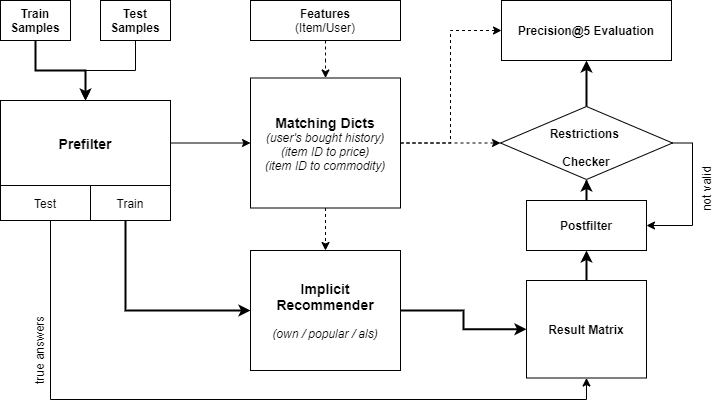
Earlier version of the draw.io export Final_prj/figures/dataflow.png (Nickel-nc/GU_Rec_Systems). Source tidied: cells renumbered, new cells last; positions are measured from the earlier drawing's top-left corner, leaving out a move shared by most shapes. Its diagram source:
```xml
<mxGraphModel>
  <root>
    <mxCell id="0" />
    <mxCell id="1" parent="0" />
    <mxCell id="2" style="edgeStyle=orthogonalEdgeStyle;rounded=0;jettySize=auto;html=1;strokeWidth=2;" parent="1" edge="1" source="3" target="5">
      <mxGeometry relative="1" as="geometry" />
    </mxCell>
    <mxCell id="3" value="&lt;b&gt;Train Samples&lt;/b&gt;" style="rounded=0;whiteSpace=wrap;html=1;" parent="1" vertex="1">
      <mxGeometry x="30" width="70" height="40" as="geometry" />
    </mxCell>
    <mxCell id="4" style="edgeStyle=orthogonalEdgeStyle;rounded=0;jettySize=auto;html=1;entryX=0;entryY=0.5;entryDx=0;entryDy=0;fontSize=24;strokeWidth=1;" parent="1" edge="1" source="5" target="21">
      <mxGeometry relative="1" as="geometry" />
    </mxCell>
    <mxCell id="5" value="&lt;b&gt;&lt;font style=&quot;font-size: 14px&quot;&gt;Prefilter&lt;/font&gt;&lt;/b&gt;" style="rounded=0;whiteSpace=wrap;html=1;" parent="1" vertex="1">
      <mxGeometry x="30" y="100" width="170" height="85" as="geometry" />
    </mxCell>
    <mxCell id="6" style="edgeStyle=orthogonalEdgeStyle;rounded=0;jettySize=auto;html=1;entryX=0.5;entryY=0;entryDx=0;entryDy=0;" parent="1" edge="1" source="7" target="5">
      <mxGeometry relative="1" as="geometry" />
    </mxCell>
    <mxCell id="7" value="&lt;b&gt;Test Samples&lt;/b&gt;" style="rounded=0;whiteSpace=wrap;html=1;" parent="1" vertex="1">
      <mxGeometry x="130" width="70" height="40" as="geometry" />
    </mxCell>
    <mxCell id="8" style="edgeStyle=orthogonalEdgeStyle;rounded=0;jettySize=auto;html=1;entryX=0.5;entryY=0;entryDx=0;entryDy=0;fontSize=24;dashed=1;" parent="1" edge="1" source="9" target="21">
      <mxGeometry relative="1" as="geometry" />
    </mxCell>
    <mxCell id="9" value="&lt;b&gt;Features&lt;/b&gt;&lt;br&gt;(Item/User)" style="rounded=0;whiteSpace=wrap;html=1;" parent="1" vertex="1">
      <mxGeometry x="280" width="150" height="40" as="geometry" />
    </mxCell>
    <mxCell id="10" style="edgeStyle=orthogonalEdgeStyle;rounded=0;jettySize=auto;html=1;entryX=0;entryY=0.5;entryDx=0;entryDy=0;strokeWidth=2;fontSize=24;" parent="1" edge="1" source="11" target="13">
      <mxGeometry relative="1" as="geometry">
        <Array as="points">
          <mxPoint x="155" y="310" />
        </Array>
      </mxGeometry>
    </mxCell>
    <mxCell id="11" value="Train" style="rounded=0;whiteSpace=wrap;html=1;" parent="1" vertex="1">
      <mxGeometry x="120" y="185" width="80" height="35" as="geometry" />
    </mxCell>
    <mxCell id="12" style="edgeStyle=orthogonalEdgeStyle;rounded=0;jettySize=auto;html=1;entryX=0;entryY=0.5;entryDx=0;entryDy=0;strokeWidth=2;fontSize=24;" parent="1" edge="1" source="13" target="17">
      <mxGeometry relative="1" as="geometry" />
    </mxCell>
    <mxCell id="13" value="&lt;b&gt;&lt;font style=&quot;font-size: 14px&quot;&gt;Implicit Recommender&lt;/font&gt;&lt;/b&gt;&lt;br&gt;&lt;br&gt;&lt;i&gt;(own / popular / als)&lt;/i&gt;" style="rounded=0;whiteSpace=wrap;html=1;" parent="1" vertex="1">
      <mxGeometry x="280" y="250" width="150" height="120" as="geometry" />
    </mxCell>
    <mxCell id="14" style="edgeStyle=orthogonalEdgeStyle;rounded=0;jettySize=auto;html=1;entryX=0.5;entryY=1;entryDx=0;entryDy=0;strokeWidth=1;fontSize=24;" parent="1" edge="1" source="15" target="17">
      <mxGeometry relative="1" as="geometry">
        <Array as="points">
          <mxPoint x="80" y="399" />
        </Array>
      </mxGeometry>
    </mxCell>
    <mxCell id="15" value="Test" style="rounded=0;whiteSpace=wrap;html=1;" parent="1" vertex="1">
      <mxGeometry x="30" y="185" width="90" height="35" as="geometry" />
    </mxCell>
    <mxCell id="16" style="edgeStyle=orthogonalEdgeStyle;rounded=0;jettySize=auto;html=1;strokeWidth=2;fontSize=24;" parent="1" edge="1" source="17" target="23">
      <mxGeometry relative="1" as="geometry" />
    </mxCell>
    <mxCell id="17" value="&lt;b&gt;Result Matrix&lt;/b&gt;" style="rounded=0;whiteSpace=wrap;html=1;" parent="1" vertex="1">
      <mxGeometry x="556" y="280" width="120" height="97.5" as="geometry" />
    </mxCell>
    <mxCell id="18" value="&lt;b&gt;Precision@5 Evaluation&lt;/b&gt;" style="rounded=0;whiteSpace=wrap;html=1;" parent="1" vertex="1">
      <mxGeometry x="531" width="170" height="60" as="geometry" />
    </mxCell>
    <mxCell id="19" style="edgeStyle=orthogonalEdgeStyle;rounded=0;jettySize=auto;html=1;entryX=0.5;entryY=0;entryDx=0;entryDy=0;fontSize=24;dashed=1;" parent="1" edge="1" source="21" target="13">
      <mxGeometry relative="1" as="geometry" />
    </mxCell>
    <mxCell id="20" style="edgeStyle=orthogonalEdgeStyle;rounded=0;jettySize=auto;html=1;entryX=0;entryY=0.5;entryDx=0;entryDy=0;strokeWidth=1;fontSize=24;dashed=1;" parent="1" edge="1" source="21" target="18">
      <mxGeometry relative="1" as="geometry">
        <Array as="points">
          <mxPoint x="480" y="143" />
          <mxPoint x="480" y="30" />
        </Array>
      </mxGeometry>
    </mxCell>
    <mxCell id="21" value="&lt;b&gt;&lt;font style=&quot;font-size: 14px&quot;&gt;Matching Dicts&lt;/font&gt;&lt;/b&gt;&lt;br&gt;&lt;i&gt;(user's bought history)&lt;br&gt;(item ID to price)&lt;br&gt;(item ID to commodity)&lt;/i&gt;" style="rounded=0;whiteSpace=wrap;html=1;" parent="1" vertex="1">
      <mxGeometry x="280" y="77.5" width="150" height="130" as="geometry" />
    </mxCell>
    <mxCell id="22" style="edgeStyle=orthogonalEdgeStyle;rounded=0;jettySize=auto;html=1;entryX=0.5;entryY=1;entryDx=0;entryDy=0;strokeWidth=2;fontSize=24;" parent="1" edge="1" source="23" target="27">
      <mxGeometry relative="1" as="geometry" />
    </mxCell>
    <mxCell id="23" value="&lt;b&gt;Postfilter&lt;/b&gt;" style="rounded=0;whiteSpace=wrap;html=1;" parent="1" vertex="1">
      <mxGeometry x="556" y="200" width="120" height="50" as="geometry" />
    </mxCell>
    <mxCell id="24" value="&lt;font style=&quot;font-size: 12px&quot;&gt;true answers&lt;/font&gt;" style="text;html=1;strokeColor=none;fillColor=none;align=center;verticalAlign=middle;whiteSpace=wrap;rounded=0;fontSize=24;perimeterSpacing=0;rotation=-90;" parent="1" vertex="1">
      <mxGeometry y="340" width="130" height="20" as="geometry" />
    </mxCell>
    <mxCell id="25" style="edgeStyle=orthogonalEdgeStyle;rounded=0;jettySize=auto;html=1;strokeWidth=2;fontSize=24;entryX=0.5;entryY=1;entryDx=0;entryDy=0;" parent="1" edge="1" source="27" target="18">
      <mxGeometry relative="1" as="geometry" />
    </mxCell>
    <mxCell id="26" style="edgeStyle=orthogonalEdgeStyle;rounded=0;jettySize=auto;html=1;entryX=1;entryY=0.5;entryDx=0;entryDy=0;strokeWidth=1;fontSize=24;" parent="1" edge="1" source="27" target="23">
      <mxGeometry relative="1" as="geometry">
        <Array as="points">
          <mxPoint x="722" y="143" />
          <mxPoint x="722" y="225" />
        </Array>
      </mxGeometry>
    </mxCell>
    <mxCell id="27" value="&lt;font style=&quot;font-size: 12px&quot;&gt;&lt;b&gt;Restrictions &lt;br&gt;Checker&lt;/b&gt;&lt;/font&gt;" style="rhombus;whiteSpace=wrap;html=1;fontSize=24;verticalAlign=middle;spacing=0;align=center;" parent="1" vertex="1">
      <mxGeometry x="530" y="106" width="172" height="73" as="geometry" />
    </mxCell>
    <mxCell id="28" style="edgeStyle=orthogonalEdgeStyle;rounded=0;jettySize=auto;html=1;fontSize=24;dashed=1;" parent="1" edge="1" source="21" target="27">
      <mxGeometry relative="1" as="geometry" />
    </mxCell>
    <mxCell id="29" value="&lt;span style=&quot;font-size: 12px&quot;&gt;not valid&lt;br&gt;&lt;/span&gt;" style="text;html=1;strokeColor=none;fillColor=none;align=center;verticalAlign=middle;whiteSpace=wrap;rounded=0;fontSize=24;perimeterSpacing=0;rotation=-90;" parent="1" vertex="1">
      <mxGeometry x="667" y="179" width="130" height="20" as="geometry" />
    </mxCell>
  </root>
</mxGraphModel>
```
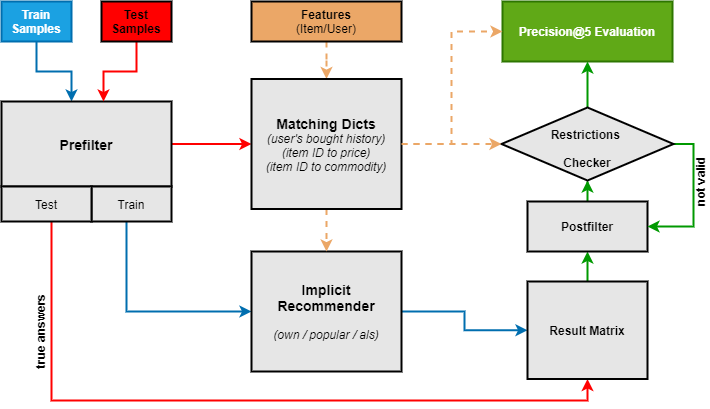
The same diagram one commit later.

Change to the diagram source:
```diff
@@ -2,69 +2,76 @@
   <root>
     <mxCell id="0" />
     <mxCell id="1" parent="0" />
-    <mxCell id="2" style="edgeStyle=orthogonalEdgeStyle;rounded=0;jettySize=auto;html=1;strokeWidth=2;" parent="1" edge="1" source="3" target="5">
-      <mxGeometry relative="1" as="geometry" />
+    <mxCell id="2" style="edgeStyle=orthogonalEdgeStyle;rounded=0;jettySize=auto;html=1;strokeWidth=2;fillColor=#1ba1e2;strokeColor=#006EAF;" parent="1" edge="1" source="3" target="5">
+      <mxGeometry relative="1" as="geometry">
+        <Array as="points">
+          <mxPoint x="65" y="70" />
+          <mxPoint x="100" y="70" />
+        </Array>
+      </mxGeometry>
     </mxCell>
-    <mxCell id="3" value="&lt;b&gt;Train Samples&lt;/b&gt;" style="rounded=0;whiteSpace=wrap;html=1;" parent="1" vertex="1">
+    <mxCell id="3" value="&lt;b&gt;Train Samples&lt;/b&gt;" style="rounded=0;whiteSpace=wrap;html=1;strokeWidth=2;fillColor=#1ba1e2;strokeColor=#006EAF;fontColor=#ffffff;" parent="1" vertex="1">
       <mxGeometry x="30" width="70" height="40" as="geometry" />
     </mxCell>
-    <mxCell id="4" style="edgeStyle=orthogonalEdgeStyle;rounded=0;jettySize=auto;html=1;entryX=0;entryY=0.5;entryDx=0;entryDy=0;fontSize=24;strokeWidth=1;" parent="1" edge="1" source="5" target="21">
+    <mxCell id="4" style="edgeStyle=orthogonalEdgeStyle;rounded=0;jettySize=auto;html=1;entryX=0;entryY=0.5;entryDx=0;entryDy=0;fontSize=24;strokeWidth=2;strokeColor=#FF0000;" parent="1" edge="1" source="5" target="21">
       <mxGeometry relative="1" as="geometry" />
     </mxCell>
-    <mxCell id="5" value="&lt;b&gt;&lt;font style=&quot;font-size: 14px&quot;&gt;Prefilter&lt;/font&gt;&lt;/b&gt;" style="rounded=0;whiteSpace=wrap;html=1;" parent="1" vertex="1">
+    <mxCell id="5" value="&lt;b&gt;&lt;font style=&quot;font-size: 14px&quot;&gt;Prefilter&lt;/font&gt;&lt;/b&gt;" style="rounded=0;whiteSpace=wrap;html=1;fillColor=#E6E6E6;strokeWidth=2;" parent="1" vertex="1">
       <mxGeometry x="30" y="100" width="170" height="85" as="geometry" />
     </mxCell>
-    <mxCell id="6" style="edgeStyle=orthogonalEdgeStyle;rounded=0;jettySize=auto;html=1;entryX=0.5;entryY=0;entryDx=0;entryDy=0;" parent="1" edge="1" source="7" target="5">
-      <mxGeometry relative="1" as="geometry" />
+    <mxCell id="6" style="edgeStyle=orthogonalEdgeStyle;rounded=0;jettySize=auto;html=1;strokeColor=#FF0000;strokeWidth=2;fontSize=24;" parent="1" edge="1" source="7">
+      <mxGeometry relative="1" as="geometry">
+        <mxPoint x="132" y="100" as="targetPoint" />
+      </mxGeometry>
     </mxCell>
-    <mxCell id="7" value="&lt;b&gt;Test Samples&lt;/b&gt;" style="rounded=0;whiteSpace=wrap;html=1;" parent="1" vertex="1">
+    <mxCell id="7" value="&lt;b&gt;Test Samples&lt;/b&gt;" style="rounded=0;whiteSpace=wrap;html=1;fillColor=#FF0000;strokeWidth=2;" parent="1" vertex="1">
       <mxGeometry x="130" width="70" height="40" as="geometry" />
     </mxCell>
-    <mxCell id="8" style="edgeStyle=orthogonalEdgeStyle;rounded=0;jettySize=auto;html=1;entryX=0.5;entryY=0;entryDx=0;entryDy=0;fontSize=24;dashed=1;" parent="1" edge="1" source="9" target="21">
+    <mxCell id="8" style="edgeStyle=orthogonalEdgeStyle;rounded=0;jettySize=auto;html=1;entryX=0.5;entryY=0;entryDx=0;entryDy=0;fontSize=24;dashed=1;strokeColor=#EBA767;strokeWidth=2;" parent="1" edge="1" source="9" target="21">
       <mxGeometry relative="1" as="geometry" />
     </mxCell>
-    <mxCell id="9" value="&lt;b&gt;Features&lt;/b&gt;&lt;br&gt;(Item/User)" style="rounded=0;whiteSpace=wrap;html=1;" parent="1" vertex="1">
+    <mxCell id="9" value="&lt;b&gt;Features&lt;/b&gt;&lt;br&gt;(Item/User)" style="rounded=0;whiteSpace=wrap;html=1;fillColor=#EBA767;strokeWidth=2;" parent="1" vertex="1">
       <mxGeometry x="280" width="150" height="40" as="geometry" />
     </mxCell>
-    <mxCell id="10" style="edgeStyle=orthogonalEdgeStyle;rounded=0;jettySize=auto;html=1;entryX=0;entryY=0.5;entryDx=0;entryDy=0;strokeWidth=2;fontSize=24;" parent="1" edge="1" source="11" target="13">
+    <mxCell id="10" style="edgeStyle=orthogonalEdgeStyle;rounded=0;jettySize=auto;html=1;entryX=0;entryY=0.5;entryDx=0;entryDy=0;strokeWidth=2;fontSize=24;fillColor=#1ba1e2;strokeColor=#006EAF;" parent="1" edge="1" source="11" target="13">
       <mxGeometry relative="1" as="geometry">
         <Array as="points">
           <mxPoint x="155" y="310" />
         </Array>
       </mxGeometry>
     </mxCell>
-    <mxCell id="11" value="Train" style="rounded=0;whiteSpace=wrap;html=1;" parent="1" vertex="1">
+    <mxCell id="11" value="Train" style="rounded=0;whiteSpace=wrap;html=1;fillColor=#E6E6E6;strokeWidth=2;" parent="1" vertex="1">
       <mxGeometry x="120" y="185" width="80" height="35" as="geometry" />
     </mxCell>
-    <mxCell id="12" style="edgeStyle=orthogonalEdgeStyle;rounded=0;jettySize=auto;html=1;entryX=0;entryY=0.5;entryDx=0;entryDy=0;strokeWidth=2;fontSize=24;" parent="1" edge="1" source="13" target="17">
+    <mxCell id="12" style="edgeStyle=orthogonalEdgeStyle;rounded=0;jettySize=auto;html=1;entryX=0;entryY=0.5;entryDx=0;entryDy=0;strokeWidth=2;fontSize=24;fillColor=#1ba1e2;strokeColor=#006EAF;" parent="1" edge="1" source="13" target="17">
       <mxGeometry relative="1" as="geometry" />
     </mxCell>
-    <mxCell id="13" value="&lt;b&gt;&lt;font style=&quot;font-size: 14px&quot;&gt;Implicit Recommender&lt;/font&gt;&lt;/b&gt;&lt;br&gt;&lt;br&gt;&lt;i&gt;(own / popular / als)&lt;/i&gt;" style="rounded=0;whiteSpace=wrap;html=1;" parent="1" vertex="1">
+    <mxCell id="13" value="&lt;b&gt;&lt;font style=&quot;font-size: 14px&quot;&gt;Implicit Recommender&lt;/font&gt;&lt;/b&gt;&lt;br&gt;&lt;br&gt;&lt;i&gt;(own / popular / als)&lt;/i&gt;" style="rounded=0;whiteSpace=wrap;html=1;fillColor=#E6E6E6;strokeWidth=2;" parent="1" vertex="1">
       <mxGeometry x="280" y="250" width="150" height="120" as="geometry" />
     </mxCell>
-    <mxCell id="14" style="edgeStyle=orthogonalEdgeStyle;rounded=0;jettySize=auto;html=1;entryX=0.5;entryY=1;entryDx=0;entryDy=0;strokeWidth=1;fontSize=24;" parent="1" edge="1" source="15" target="17">
+    <mxCell id="14" style="edgeStyle=orthogonalEdgeStyle;rounded=0;jettySize=auto;html=1;entryX=0.5;entryY=1;entryDx=0;entryDy=0;strokeWidth=2;fontSize=24;fillColor=#f0a30a;strokeColor=#FF0000;" parent="1" edge="1" source="15" target="17">
       <mxGeometry relative="1" as="geometry">
         <Array as="points">
           <mxPoint x="80" y="399" />
         </Array>
       </mxGeometry>
     </mxCell>
-    <mxCell id="15" value="Test" style="rounded=0;whiteSpace=wrap;html=1;" parent="1" vertex="1">
+    <mxCell id="15" value="Test" style="rounded=0;whiteSpace=wrap;html=1;fillColor=#E6E6E6;strokeWidth=2;" parent="1" vertex="1">
       <mxGeometry x="30" y="185" width="90" height="35" as="geometry" />
     </mxCell>
-    <mxCell id="16" style="edgeStyle=orthogonalEdgeStyle;rounded=0;jettySize=auto;html=1;strokeWidth=2;fontSize=24;" parent="1" edge="1" source="17" target="23">
+    <mxCell id="16" style="edgeStyle=orthogonalEdgeStyle;rounded=0;jettySize=auto;html=1;strokeWidth=2;fontSize=24;fillColor=#008a00;strokeColor=#009900;" parent="1" edge="1" source="17" target="23">
       <mxGeometry relative="1" as="geometry" />
     </mxCell>
-    <mxCell id="17" value="&lt;b&gt;Result Matrix&lt;/b&gt;" style="rounded=0;whiteSpace=wrap;html=1;" parent="1" vertex="1">
+    <mxCell id="17" value="&lt;b&gt;Result Matrix&lt;/b&gt;" style="rounded=0;whiteSpace=wrap;html=1;fillColor=#E6E6E6;strokeWidth=2;" parent="1" vertex="1">
       <mxGeometry x="556" y="280" width="120" height="97.5" as="geometry" />
     </mxCell>
-    <mxCell id="18" value="&lt;b&gt;Precision@5 Evaluation&lt;/b&gt;" style="rounded=0;whiteSpace=wrap;html=1;" parent="1" vertex="1">
+    <mxCell id="18" value="&lt;b&gt;Precision@5 Evaluation&lt;/b&gt;" style="rounded=0;whiteSpace=wrap;html=1;fillColor=#60a917;strokeColor=#2D7600;fontColor=#ffffff;strokeWidth=2;" parent="1" vertex="1">
       <mxGeometry x="531" width="170" height="60" as="geometry" />
     </mxCell>
-    <mxCell id="19" style="edgeStyle=orthogonalEdgeStyle;rounded=0;jettySize=auto;html=1;entryX=0.5;entryY=0;entryDx=0;entryDy=0;fontSize=24;dashed=1;" parent="1" edge="1" source="21" target="13">
+    <mxCell id="19" style="edgeStyle=orthogonalEdgeStyle;rounded=0;jettySize=auto;html=1;entryX=0.5;entryY=0;entryDx=0;entryDy=0;fontSize=24;dashed=1;strokeWidth=2;strokeColor=#EBA767;" parent="1" edge="1" source="21" target="13">
       <mxGeometry relative="1" as="geometry" />
     </mxCell>
-    <mxCell id="20" style="edgeStyle=orthogonalEdgeStyle;rounded=0;jettySize=auto;html=1;entryX=0;entryY=0.5;entryDx=0;entryDy=0;strokeWidth=1;fontSize=24;dashed=1;" parent="1" edge="1" source="21" target="18">
+    <mxCell id="20" style="edgeStyle=orthogonalEdgeStyle;rounded=0;jettySize=auto;html=1;entryX=0;entryY=0.5;entryDx=0;entryDy=0;strokeWidth=2;fontSize=24;dashed=1;strokeColor=#EBA767;" parent="1" edge="1" source="21" target="18">
       <mxGeometry relative="1" as="geometry">
         <Array as="points">
           <mxPoint x="480" y="143" />
@@ -72,22 +79,22 @@
         </Array>
       </mxGeometry>
     </mxCell>
-    <mxCell id="21" value="&lt;b&gt;&lt;font style=&quot;font-size: 14px&quot;&gt;Matching Dicts&lt;/font&gt;&lt;/b&gt;&lt;br&gt;&lt;i&gt;(user's bought history)&lt;br&gt;(item ID to price)&lt;br&gt;(item ID to commodity)&lt;/i&gt;" style="rounded=0;whiteSpace=wrap;html=1;" parent="1" vertex="1">
+    <mxCell id="21" value="&lt;b&gt;&lt;font style=&quot;font-size: 14px&quot;&gt;Matching Dicts&lt;/font&gt;&lt;/b&gt;&lt;br&gt;&lt;i&gt;(user's bought history)&lt;br&gt;(item ID to price)&lt;br&gt;(item ID to commodity)&lt;/i&gt;" style="rounded=0;whiteSpace=wrap;html=1;fillColor=#E6E6E6;strokeWidth=2;" parent="1" vertex="1">
       <mxGeometry x="280" y="77.5" width="150" height="130" as="geometry" />
     </mxCell>
-    <mxCell id="22" style="edgeStyle=orthogonalEdgeStyle;rounded=0;jettySize=auto;html=1;entryX=0.5;entryY=1;entryDx=0;entryDy=0;strokeWidth=2;fontSize=24;" parent="1" edge="1" source="23" target="27">
+    <mxCell id="22" style="edgeStyle=orthogonalEdgeStyle;rounded=0;jettySize=auto;html=1;entryX=0.5;entryY=1;entryDx=0;entryDy=0;strokeWidth=2;fontSize=24;fillColor=#1ba1e2;strokeColor=#009900;" parent="1" edge="1" source="23" target="27">
       <mxGeometry relative="1" as="geometry" />
     </mxCell>
-    <mxCell id="23" value="&lt;b&gt;Postfilter&lt;/b&gt;" style="rounded=0;whiteSpace=wrap;html=1;" parent="1" vertex="1">
+    <mxCell id="23" value="&lt;b&gt;Postfilter&lt;/b&gt;" style="rounded=0;whiteSpace=wrap;html=1;fillColor=#E6E6E6;strokeWidth=2;" parent="1" vertex="1">
       <mxGeometry x="556" y="200" width="120" height="50" as="geometry" />
     </mxCell>
-    <mxCell id="24" value="&lt;font style=&quot;font-size: 12px&quot;&gt;true answers&lt;/font&gt;" style="text;html=1;strokeColor=none;fillColor=none;align=center;verticalAlign=middle;whiteSpace=wrap;rounded=0;fontSize=24;perimeterSpacing=0;rotation=-90;" parent="1" vertex="1">
-      <mxGeometry y="340" width="130" height="20" as="geometry" />
+    <mxCell id="24" value="&lt;font style=&quot;font-size: 12px&quot;&gt;true answers&lt;/font&gt;" style="text;html=1;strokeColor=none;fillColor=none;align=center;verticalAlign=middle;whiteSpace=wrap;rounded=0;fontSize=24;perimeterSpacing=0;rotation=-90;fontStyle=1;" parent="1" vertex="1">
+      <mxGeometry y="320" width="130" height="20" as="geometry" />
     </mxCell>
-    <mxCell id="25" style="edgeStyle=orthogonalEdgeStyle;rounded=0;jettySize=auto;html=1;strokeWidth=2;fontSize=24;entryX=0.5;entryY=1;entryDx=0;entryDy=0;" parent="1" edge="1" source="27" target="18">
+    <mxCell id="25" style="edgeStyle=orthogonalEdgeStyle;rounded=0;jettySize=auto;html=1;strokeWidth=2;fontSize=24;entryX=0.5;entryY=1;entryDx=0;entryDy=0;strokeColor=#009900;" parent="1" edge="1" source="27" target="18">
       <mxGeometry relative="1" as="geometry" />
     </mxCell>
-    <mxCell id="26" style="edgeStyle=orthogonalEdgeStyle;rounded=0;jettySize=auto;html=1;entryX=1;entryY=0.5;entryDx=0;entryDy=0;strokeWidth=1;fontSize=24;" parent="1" edge="1" source="27" target="23">
+    <mxCell id="26" style="edgeStyle=orthogonalEdgeStyle;rounded=0;jettySize=auto;html=1;entryX=1;entryY=0.5;entryDx=0;entryDy=0;strokeWidth=2;fontSize=24;strokeColor=#009900;" parent="1" edge="1" source="27" target="23">
       <mxGeometry relative="1" as="geometry">
         <Array as="points">
           <mxPoint x="722" y="143" />
@@ -95,14 +102,14 @@
         </Array>
       </mxGeometry>
     </mxCell>
-    <mxCell id="27" value="&lt;font style=&quot;font-size: 12px&quot;&gt;&lt;b&gt;Restrictions &lt;br&gt;Checker&lt;/b&gt;&lt;/font&gt;" style="rhombus;whiteSpace=wrap;html=1;fontSize=24;verticalAlign=middle;spacing=0;align=center;" parent="1" vertex="1">
+    <mxCell id="27" value="&lt;font style=&quot;font-size: 12px&quot;&gt;&lt;b&gt;Restrictions &lt;br&gt;Checker&lt;/b&gt;&lt;/font&gt;" style="rhombus;whiteSpace=wrap;html=1;fontSize=24;verticalAlign=middle;spacing=0;align=center;fillColor=#E6E6E6;strokeWidth=2;" parent="1" vertex="1">
       <mxGeometry x="530" y="106" width="172" height="73" as="geometry" />
     </mxCell>
-    <mxCell id="28" style="edgeStyle=orthogonalEdgeStyle;rounded=0;jettySize=auto;html=1;fontSize=24;dashed=1;" parent="1" edge="1" source="21" target="27">
+    <mxCell id="28" style="edgeStyle=orthogonalEdgeStyle;rounded=0;jettySize=auto;html=1;fontSize=24;dashed=1;strokeWidth=2;strokeColor=#EBA767;" parent="1" edge="1" source="21" target="27">
       <mxGeometry relative="1" as="geometry" />
     </mxCell>
-    <mxCell id="29" value="&lt;span style=&quot;font-size: 12px&quot;&gt;not valid&lt;br&gt;&lt;/span&gt;" style="text;html=1;strokeColor=none;fillColor=none;align=center;verticalAlign=middle;whiteSpace=wrap;rounded=0;fontSize=24;perimeterSpacing=0;rotation=-90;" parent="1" vertex="1">
-      <mxGeometry x="667" y="179" width="130" height="20" as="geometry" />
+    <mxCell id="29" value="&lt;span style=&quot;font-size: 12px&quot;&gt;not valid&lt;br&gt;&lt;/span&gt;" style="text;html=1;strokeColor=none;fillColor=none;align=center;verticalAlign=middle;whiteSpace=wrap;rounded=0;fontSize=24;perimeterSpacing=0;rotation=-90;fontStyle=1;" parent="1" vertex="1">
+      <mxGeometry x="660" y="170" width="130" height="20" as="geometry" />
     </mxCell>
   </root>
 </mxGraphModel>
```
